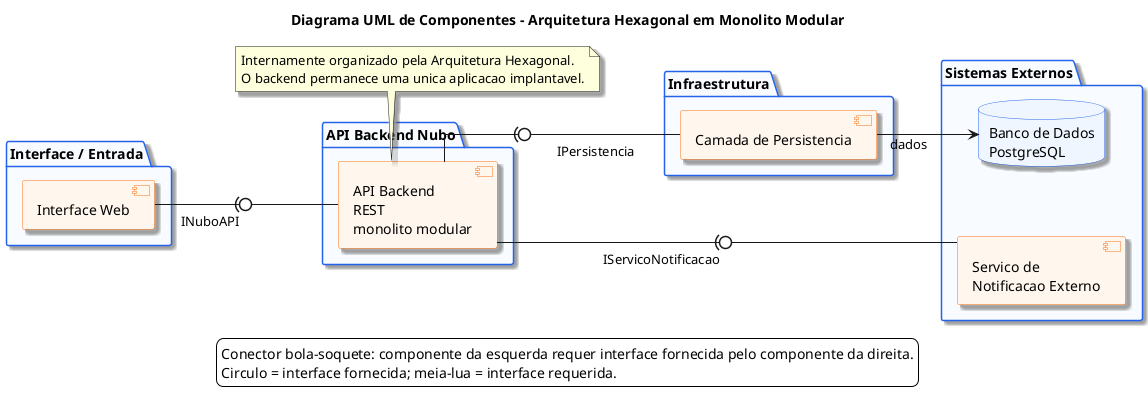
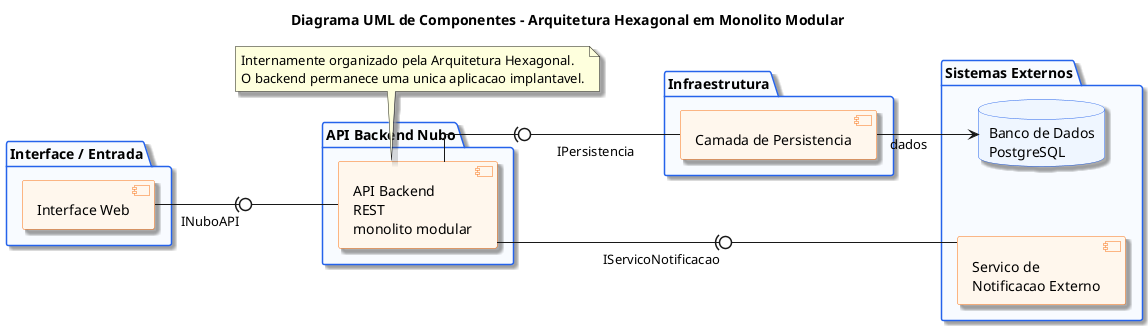
@startuml
' Fonte do projeto: README.md; docs/documentacao-projeto.md
' Fonte conceitual: tools/Projeto PlantUML API/plantuml_code/component_diagram.puml
title Diagrama UML de Componentes - Arquitetura Hexagonal em Monolito Modular
left to right direction
skinparam backgroundColor #FFFFFF
skinparam componentStyle uml2
skinparam linetype ortho
skinparam nodesep 70
skinparam ranksep 80
skinparam shadowing true
skinparam defaultFontName Arial
skinparam package {
  BorderColor #2563EB
  BackgroundColor #F8FBFF
}
skinparam component {
  BorderColor #F97316
  BackgroundColor #FFF7ED
}
skinparam database {
  BorderColor #2563EB
  BackgroundColor #EFF6FF
}

package "Interface / Entrada" {
  component "Interface Web" as web
}

package "API Backend Nubo" {
  component "API Backend\nREST\nmonolito modular" as backend
}

package "Infraestrutura" {
  component "Camada de Persistencia" as persistencia
}

package "Sistemas Externos" {
  database "Banco de Dados\nPostgreSQL" as db
  component "Servico de\nNotificacao Externo" as notificacaoExterna
}

web -(0- backend : INuboAPI
backend -(0- persistencia : IPersistencia
backend -(0- notificacaoExterna : IServicoNotificacao
persistencia --> db : dados

note bottom of backend
  Internamente organizado pela Arquitetura Hexagonal.
  O backend permanece uma unica aplicacao implantavel.
end note

- legend bottom
-   Conector bola-soquete: componente da esquerda requer interface fornecida pelo componente da direita.
-   Circulo = interface fornecida; meia-lua = interface requerida.
- endlegend
@enduml
